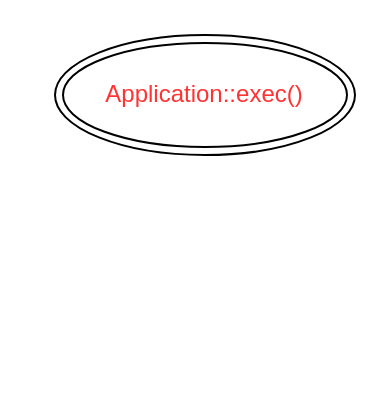
Earlier version of the draw.io diagram 图解Qt事件循环.drawio (summer-hu-1/qt-official-examples). Source tidied: cells renumbered, new cells numbered last; positions are measured from the earlier drawing's top-left corner, leaving out a move shared by most shapes. Both pictures are drawn from the tidied source at 200%, with x=0, y=0 at pixel (54, 34).
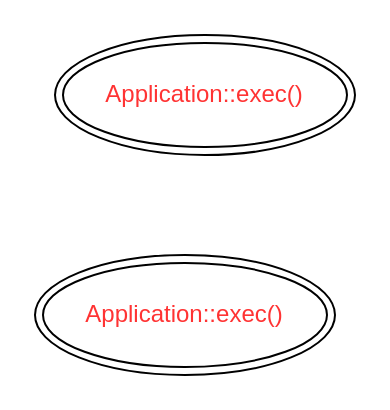
Above is the later version.

Commit message (it also covers changes not shown here):
更新图解Qt事件循环.drawio

The edit, as a diff of the source:
```diff
@@
 <mxGraphModel>
   <root>
     <mxCell id="0" />
     <mxCell id="1" parent="0" />
     <mxCell id="2" value="&lt;font style=&quot;color: rgb(255, 51, 51);&quot;&gt;Application::exec()&lt;/font&gt;" style="ellipse;shape=doubleEllipse;whiteSpace=wrap;html=1;" parent="1" vertex="1">
       <mxGeometry width="150" height="60" as="geometry" />
     </mxCell>
+    <mxCell id="3" value="&lt;font style=&quot;color: rgb(255, 51, 51);&quot;&gt;Application::exec()&lt;/font&gt;" style="ellipse;shape=doubleEllipse;whiteSpace=wrap;html=1;" parent="1" vertex="1">
+      <mxGeometry x="-10" y="110" width="150" height="60" as="geometry" />
+    </mxCell>
   </root>
 </mxGraphModel>
```
